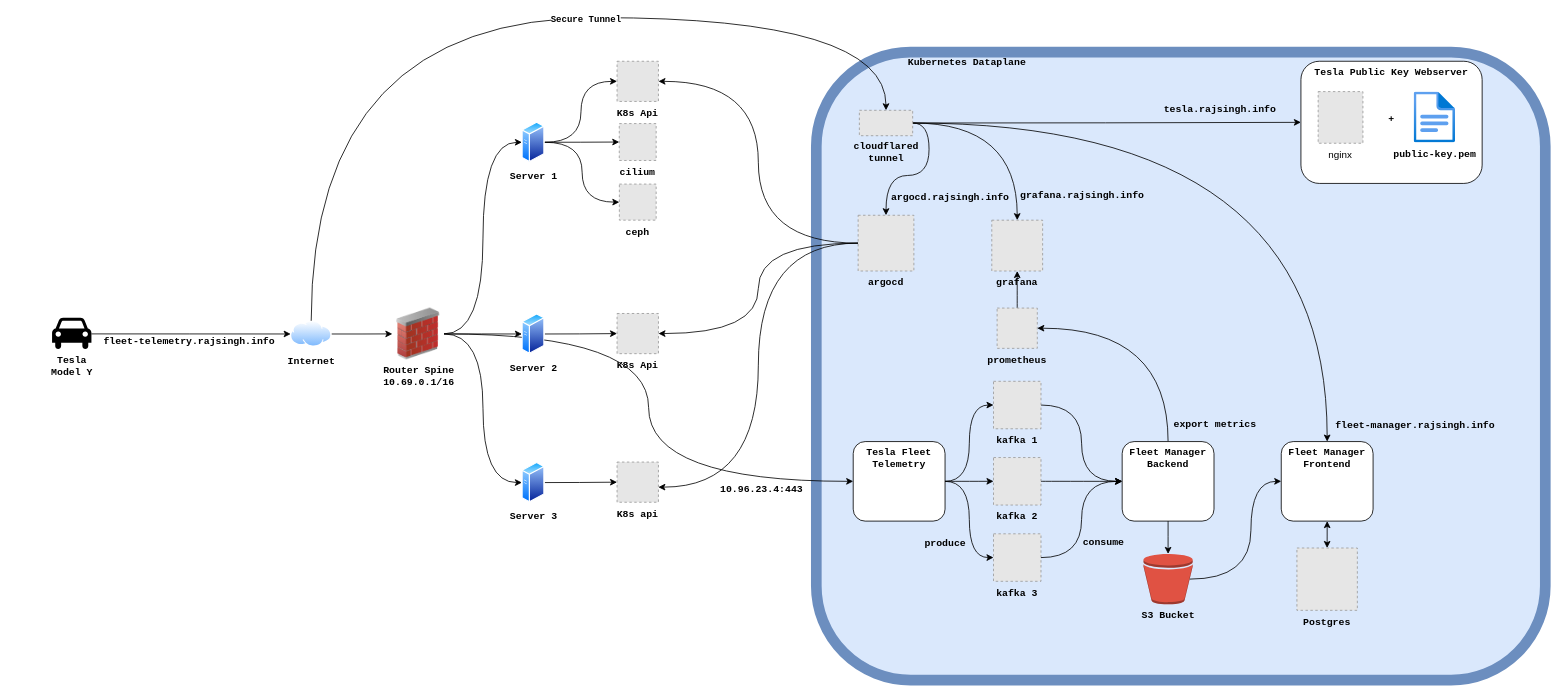
This is page "Tesla Infrastructure" (2 of 3) of Untitled Diagram.drawio from rajsinghtech/fleet-telemetry-consumer, a draw.io file, before an edit. Source tidied: cells renumbered, new cells numbered last; positions are measured from the earlier drawing's top-left corner, leaving out a move shared by most shapes. Both pictures are drawn from the tidied source at 82%, with x=0, y=0 at pixel (52, 17). Pictures stored in the file or linked from it are replaced by grey dashed boxes.
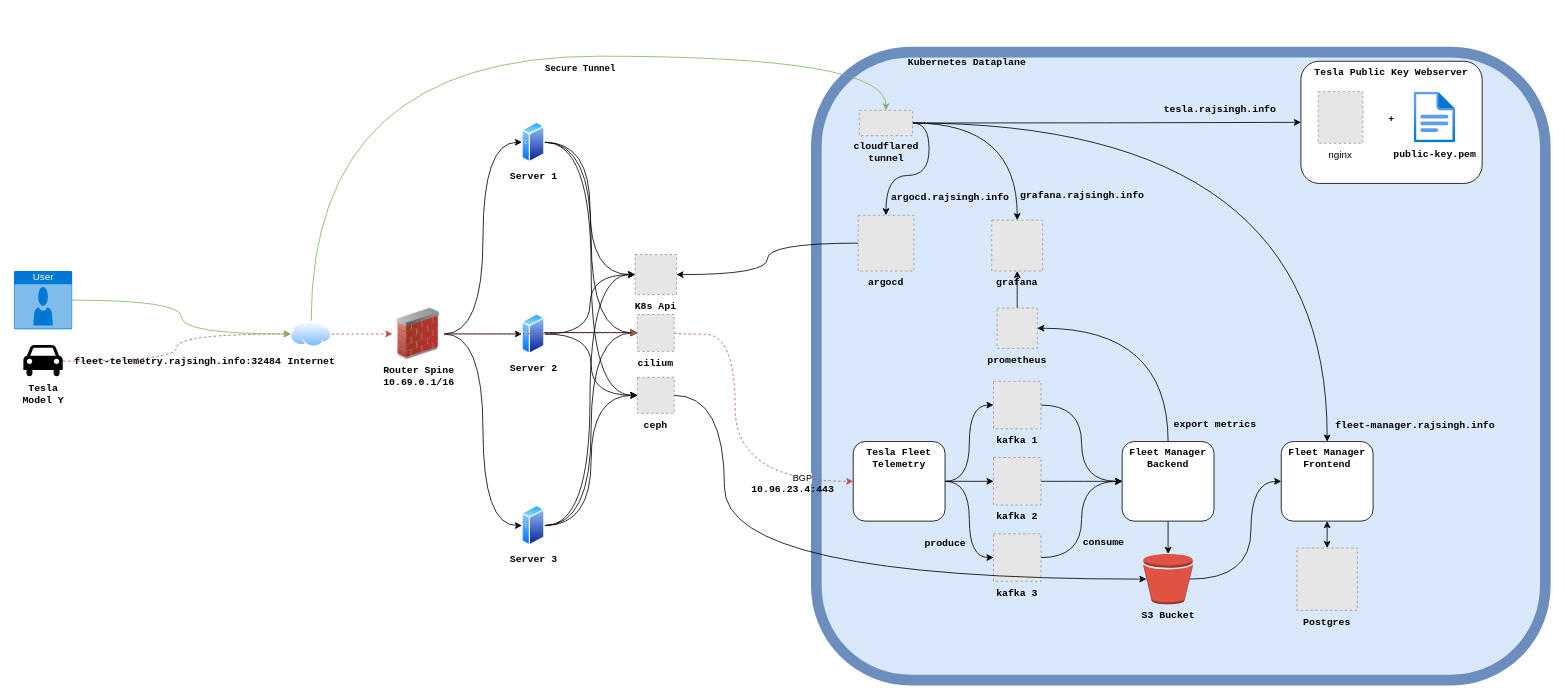
After the change.

Unchanged cells that the change refers to:
```xml
<mxCell id="9" value="&lt;span id=&quot;docs-internal-guid-129c1558-7fff-5c4c-1586-b6c74b162c59&quot;&gt;&lt;p dir=&quot;ltr&quot; style=&quot;line-height:1.2;margin-top:0pt;margin-bottom:0pt;&quot;&gt;&lt;span style=&quot;font-size: 9pt; font-variant-numeric: normal; font-variant-east-asian: normal; font-variant-alternates: normal; font-variant-position: normal; vertical-align: baseline; white-space: pre-wrap;&quot;&gt;Router Spine&lt;/span&gt;&lt;span style=&quot;font-size: 9pt; font-variant-numeric: normal; font-variant-east-asian: normal; font-variant-alternates: normal; font-variant-position: normal; vertical-align: baseline; white-space: pre-wrap;&quot;&gt;&lt;br&gt;&lt;/span&gt;&lt;span style=&quot;font-size: 9pt; font-variant-numeric: normal; font-variant-east-asian: normal; font-variant-alternates: normal; font-variant-position: normal; vertical-align: baseline; white-space: pre-wrap;&quot;&gt;10.69.0.1/16&lt;/span&gt;&lt;/p&gt;&lt;div&gt;&lt;span style=&quot;font-size: 9pt; font-variant-numeric: normal; font-variant-east-asian: normal; font-variant-alternates: normal; font-variant-position: normal; vertical-align: baseline; white-space: pre-wrap;&quot;&gt;&lt;br&gt;&lt;/span&gt;&lt;/div&gt;&lt;/span&gt;" style="image;html=1;image=img/lib/clip_art/networking/Firewall_02_128x128.png;labelBackgroundColor=none;fontFamily=Courier New;fontStyle=1;fontColor=#000000;" parent="1" vertex="1">
  <mxGeometry x="415" y="354.2" width="63" height="63" as="geometry" />
</mxCell>
<mxCell id="13" value="&lt;span id=&quot;docs-internal-guid-129c1558-7fff-5c4c-1586-b6c74b162c59&quot; style=&quot;white-space: pre-wrap;&quot;&gt;&lt;p dir=&quot;ltr&quot; style=&quot;line-height:1.2;margin-top:0pt;margin-bottom:0pt;&quot;&gt;&lt;font face=&quot;Courier New, monospace&quot;&gt;Internet&lt;/font&gt;&lt;/p&gt;&lt;/span&gt;" style="image;perimeter=ellipsePerimeter;html=1;align=center;shadow=0;dashed=0;spacingTop=3;image=img/lib/active_directory/internet_cloud.svg;labelBackgroundColor=none;fontStyle=1;fontColor=#000000;" parent="1" vertex="1">
  <mxGeometry x="291" y="370" width="50" height="31.5" as="geometry" />
</mxCell>
<mxCell id="17" value="Server 2" style="image;perimeter=ellipsePerimeter;html=1;align=center;shadow=0;dashed=0;spacingTop=3;image=img/lib/active_directory/generic_server.svg;labelBackgroundColor=none;fontFamily=Courier New;fontStyle=1;fontColor=#000000;" parent="1" vertex="1">
  <mxGeometry x="573" y="360.8" width="28" height="50" as="geometry" />
</mxCell>
<mxCell id="35" value="cloudflared tunnel&#10;" style="fillColor=#E6E6E6;strokeColor=#999999;dashed=1;verticalLabelPosition=bottom;labelBackgroundColor=none;verticalAlign=top;whiteSpace=wrap;fontFamily=Courier New;fontStyle=1;fontColor=#000000;" parent="1" vertex="1">
  <mxGeometry x="984.5" y="113" width="65" height="31" as="geometry" />
</mxCell>
<mxCell id="41" value="argocd" style="fillColor=#E6E6E6;strokeColor=#999999;dashed=1;verticalLabelPosition=bottom;labelBackgroundColor=none;verticalAlign=top;fontFamily=Courier New;fontStyle=1;" parent="1" vertex="1">
  <mxGeometry x="983" y="241" width="68" height="68" as="geometry" />
</mxCell>
<mxCell id="52" value="Tesla Fleet Telemetry&lt;br&gt;&lt;br&gt;&lt;div&gt;&lt;br/&gt;&lt;/div&gt;" style="rounded=1;whiteSpace=wrap;html=1;strokeColor=default;align=center;verticalAlign=top;fontFamily=Courier New;fontSize=12;fontColor=#000000;fontStyle=1;labelBackgroundColor=none;fillColor=default;" parent="49" vertex="1">
  <mxGeometry width="112" height="97" as="geometry" />
</mxCell>
<mxCell id="69" value="S3 Bucket" style="outlineConnect=0;dashed=0;verticalLabelPosition=bottom;verticalAlign=top;align=center;html=1;shape=mxgraph.aws3.bucket;fillColor=#E05243;gradientColor=none;strokeColor=default;fontFamily=Courier New;fontSize=12;fontColor=#000000;fontStyle=1;labelBackgroundColor=none;" parent="1" vertex="1">
  <mxGeometry x="1331" y="654" width="60" height="61.5" as="geometry" />
</mxCell>
```

Diff of the diagram source:
```diff
@@
-<mxGraphModel>
+<mxGraphModel background="#FFFFFF">
@@
-    <mxCell id="3" style="edgeStyle=orthogonalEdgeStyle;curved=1;rounded=0;jettySize=auto;html=1;entryX=0;entryY=0.5;entryDx=0;entryDy=0;labelBackgroundColor=none;fontFamily=Courier New;fontStyle=1;fontColor=#000000;" parent="1" edge="1" source="4" target="23">
+    <mxCell id="3" style="edgeStyle=orthogonalEdgeStyle;curved=1;rounded=0;jettySize=auto;html=1;entryX=0;entryY=0.5;entryDx=0;entryDy=0;labelBackgroundColor=none;fontFamily=Courier New;fontStyle=1;fontColor=#000000;" parent="1" edge="1" source="4" target="21">
       <mxGeometry relative="1" as="geometry" />
     </mxCell>
+    <mxCell id="73" style="edgeStyle=orthogonalEdgeStyle;rounded=0;jettySize=auto;html=1;entryX=0;entryY=0.5;entryDx=0;entryDy=0;curved=1;" parent="1" edge="1" source="4" target="25">
+      <mxGeometry relative="1" as="geometry" />
+    </mxCell>
+    <mxCell id="74" style="edgeStyle=orthogonalEdgeStyle;rounded=0;jettySize=auto;html=1;entryX=0;entryY=0.5;entryDx=0;entryDy=0;curved=1;" parent="1" edge="1" source="4" target="24">
+      <mxGeometry relative="1" as="geometry" />
+    </mxCell>
     <mxCell id="4" value="Server 3" style="image;perimeter=ellipsePerimeter;html=1;align=center;shadow=0;dashed=0;spacingTop=3;image=img/lib/active_directory/generic_server.svg;labelBackgroundColor=none;fontFamily=Courier New;fontStyle=1;fontColor=#000000;" parent="1" vertex="1">
-      <mxGeometry x="573" y="542" width="28" height="50" as="geometry" />
+      <mxGeometry x="573" y="594.4" width="28" height="50" as="geometry" />
     </mxCell>
@@
-    <mxCell id="7" style="edgeStyle=orthogonalEdgeStyle;curved=1;rounded=0;jettySize=auto;html=1;exitX=1;exitY=0.5;exitDx=0;exitDy=0;entryX=0;entryY=0.5;entryDx=0;entryDy=0;fontFamily=Courier New;fontSize=12;fontColor=#000000;fontStyle=1;labelBackgroundColor=none;" parent="1" edge="1" source="9" target="52">
-      <mxGeometry relative="1" as="geometry" />
+    <mxCell id="7" style="edgeStyle=orthogonalEdgeStyle;curved=1;rounded=0;jettySize=auto;html=1;exitX=1;exitY=0.5;exitDx=0;exitDy=0;entryX=0;entryY=0.5;entryDx=0;entryDy=0;fontFamily=Courier New;fontSize=12;fontColor=#000000;fontStyle=1;labelBackgroundColor=none;dashed=1;fillColor=#f8cecc;strokeColor=#b85450;" parent="1" edge="1" source="24" target="52">
+      <mxGeometry relative="1" as="geometry">
+        <Array as="points">
+          <mxPoint x="833" y="386" />
+          <mxPoint x="833" y="566" />
+        </Array>
+      </mxGeometry>
     </mxCell>
@@
+    <mxCell id="75" value="BGP" style="edgeLabel;html=1;align=center;verticalAlign=middle;" parent="7" vertex="1">
+      <mxGeometry x="0.69" y="4" relative="1" as="geometry" />
+    </mxCell>
@@
-    <mxCell id="10" style="edgeStyle=orthogonalEdgeStyle;rounded=0;jettySize=auto;html=1;entryX=0;entryY=0.5;entryDx=0;entryDy=0;labelBackgroundColor=none;fontFamily=Courier New;fontStyle=1;fontColor=#000000;" parent="1" edge="1" source="13" target="9">
+    <mxCell id="10" style="edgeStyle=orthogonalEdgeStyle;rounded=0;jettySize=auto;html=1;entryX=0;entryY=0.5;entryDx=0;entryDy=0;labelBackgroundColor=none;fontFamily=Courier New;fontStyle=1;fontColor=#000000;dashed=1;fillColor=#f8cecc;strokeColor=#b85450;" parent="1" edge="1" source="13" target="9">
       <mxGeometry relative="1" as="geometry" />
     </mxCell>
-    <mxCell id="11" style="edgeStyle=orthogonalEdgeStyle;curved=1;rounded=0;jettySize=auto;html=1;entryX=0.5;entryY=0;entryDx=0;entryDy=0;exitX=0.5;exitY=0;exitDx=0;exitDy=0;labelBackgroundColor=none;fontFamily=Courier New;fontStyle=1;fontColor=#000000;" parent="1" edge="1" source="13" target="35">
+    <mxCell id="11" style="edgeStyle=orthogonalEdgeStyle;curved=1;rounded=0;jettySize=auto;html=1;exitX=0.5;exitY=0;exitDx=0;exitDy=0;labelBackgroundColor=none;fontFamily=Courier New;fontStyle=1;fontColor=#000000;fillColor=#d5e8d4;strokeColor=#82b366;" parent="1" edge="1" source="13" target="35">
       <mxGeometry relative="1" as="geometry">
         <Array as="points">
-          <mxPoint x="316" />
-          <mxPoint x="1017" />
+          <mxPoint x="316" y="47" />
+          <mxPoint x="1017" y="47" />
         </Array>
       </mxGeometry>
     </mxCell>
     <mxCell id="12" value="Secure Tunnel" style="edgeLabel;html=1;align=center;verticalAlign=middle;fontFamily=Courier New;fontStyle=1;fontColor=#000000;" parent="11" vertex="1">
-      <mxGeometry x="0.19" y="-2" relative="1" as="geometry" />
+      <mxGeometry x="0.19" y="-2" relative="1" as="geometry">
+        <mxPoint x="1" y="13" as="offset" />
+      </mxGeometry>
     </mxCell>
@@
-    <mxCell id="16" style="edgeStyle=orthogonalEdgeStyle;curved=1;rounded=0;jettySize=auto;html=1;entryX=0;entryY=0.5;entryDx=0;entryDy=0;labelBackgroundColor=none;fontFamily=Courier New;fontStyle=1;fontColor=#000000;" parent="1" edge="1" source="17" target="22">
+    <mxCell id="16" style="edgeStyle=orthogonalEdgeStyle;curved=1;rounded=0;jettySize=auto;html=1;entryX=0;entryY=0.5;entryDx=0;entryDy=0;labelBackgroundColor=none;fontFamily=Courier New;fontStyle=1;fontColor=#000000;" parent="1" edge="1" source="17" target="21">
       <mxGeometry relative="1" as="geometry" />
     </mxCell>
@@
     <mxCell id="21" value="K8s Api" style="fillColor=#E6E6E6;strokeColor=#999999;dashed=1;verticalLabelPosition=bottom;labelBackgroundColor=none;verticalAlign=top;fontFamily=Courier New;fontStyle=1;fontColor=#000000;" parent="1" vertex="1">
-      <mxGeometry x="689" y="53.2" width="50.5" height="49" as="geometry" />
+      <mxGeometry x="711" y="288.9" width="50.5" height="49" as="geometry" />
     </mxCell>
-    <mxCell id="22" value="K8s Api" style="fillColor=#E6E6E6;strokeColor=#999999;dashed=1;verticalLabelPosition=bottom;labelBackgroundColor=none;verticalAlign=top;fontFamily=Courier New;fontStyle=1;fontColor=#000000;" parent="1" vertex="1">
-      <mxGeometry x="689" y="360.8" width="50.5" height="49" as="geometry" />
-    </mxCell>
-    <mxCell id="23" value="K8s api" style="fillColor=#E6E6E6;strokeColor=#999999;dashed=1;verticalLabelPosition=bottom;labelBackgroundColor=none;verticalAlign=top;fontFamily=Courier New;fontStyle=1;fontColor=#000000;" parent="1" vertex="1">
-      <mxGeometry x="689" y="542" width="50.5" height="49" as="geometry" />
-    </mxCell>
-    <mxCell id="24" value="cilium" style="fillColor=#E6E6E6;strokeColor=#999999;dashed=1;verticalLabelPosition=bottom;labelBackgroundColor=none;verticalAlign=top;fontFamily=Courier New;fontStyle=1;fontColor=#000000;" parent="1" vertex="1">
-      <mxGeometry x="691.7" y="129.2" width="45" height="45" as="geometry" />
-    </mxCell>
     <mxCell id="25" value="ceph" style="fillColor=#E6E6E6;strokeColor=#999999;dashed=1;verticalLabelPosition=bottom;labelBackgroundColor=none;verticalAlign=top;fontFamily=Courier New;fontStyle=1;fontColor=#000000;" parent="1" vertex="1">
-      <mxGeometry x="691.8" y="203" width="44.9" height="44" as="geometry" />
+      <mxGeometry x="713.8" y="438.6" width="44.9" height="44" as="geometry" />
     </mxCell>
@@
-    <mxCell id="39" style="edgeStyle=orthogonalEdgeStyle;curved=1;rounded=0;jettySize=auto;html=1;entryX=1;entryY=0.5;entryDx=0;entryDy=0;fontFamily=Courier New;fontSize=12;fontColor=#000000;fontStyle=1;labelBackgroundColor=none;" parent="1" edge="1" source="41" target="22">
-      <mxGeometry relative="1" as="geometry" />
-    </mxCell>
-    <mxCell id="40" style="edgeStyle=orthogonalEdgeStyle;curved=1;rounded=0;jettySize=auto;html=1;fontFamily=Courier New;fontSize=12;fontColor=#000000;fontStyle=1;labelBackgroundColor=none;entryX=0.997;entryY=0.624;entryDx=0;entryDy=0;entryPerimeter=0;" parent="1" edge="1" source="41" target="23">
-      <mxGeometry relative="1" as="geometry" />
-    </mxCell>
@@
-    <mxCell id="46" style="edgeStyle=orthogonalEdgeStyle;curved=1;rounded=0;jettySize=auto;html=1;fontFamily=Courier New;fontSize=12;fontColor=#000000;fontStyle=1;labelBackgroundColor=none;" parent="1" edge="1" source="48" target="13">
+    <mxCell id="46" style="edgeStyle=orthogonalEdgeStyle;curved=1;rounded=0;jettySize=auto;html=1;fontFamily=Courier New;fontSize=12;fontColor=#000000;fontStyle=1;labelBackgroundColor=none;dashed=1;fillColor=#f8cecc;strokeColor=#b85450;" parent="1" edge="1" source="48" target="13">
       <mxGeometry relative="1" as="geometry" />
     </mxCell>
-    <mxCell id="47" value="fleet-telemetry.rajsingh.info" style="edgeLabel;html=1;align=center;verticalAlign=middle;strokeColor=default;fontFamily=Courier New;fontSize=12;fontColor=#000000;fontStyle=1;labelBackgroundColor=none;fillColor=default;" parent="46" vertex="1">
+    <mxCell id="47" value="fleet-telemetry.rajsingh.info:32484" style="edgeLabel;html=1;align=center;verticalAlign=middle;strokeColor=default;fontFamily=Courier New;fontSize=12;fontColor=#000000;fontStyle=1;labelBackgroundColor=none;fillColor=default;" parent="46" vertex="1">
       <mxGeometry x="-0.04" y="1" relative="1" as="geometry">
         <mxPoint x="1" y="11" as="offset" />
       </mxGeometry>
     </mxCell>
     <mxCell id="48" value="Tesla&lt;div&gt;Model Y&lt;/div&gt;" style="shape=mxgraph.signs.transportation.car_4;html=1;fillColor=#000000;strokeColor=none;verticalLabelPosition=bottom;verticalAlign=top;align=center;fontFamily=Courier New;fontSize=12;fontColor=#000000;fontStyle=1;labelBackgroundColor=none;" parent="1" vertex="1">
-      <mxGeometry y="366" width="48" height="39.4" as="geometry" />
+      <mxGeometry x="-35" y="399.2" width="48" height="39.4" as="geometry" />
     </mxCell>
@@
+    <mxCell id="76" style="edgeStyle=orthogonalEdgeStyle;curved=1;rounded=0;jettySize=auto;html=1;labelBackgroundColor=none;fontFamily=Courier New;fontStyle=1;fontColor=#000000;" parent="1" edge="1" target="24">
+      <mxGeometry relative="1" as="geometry">
+        <mxPoint x="600" y="384" as="sourcePoint" />
+      </mxGeometry>
+    </mxCell>
+    <mxCell id="77" style="edgeStyle=orthogonalEdgeStyle;curved=1;rounded=0;jettySize=auto;html=1;labelBackgroundColor=none;fontFamily=Courier New;fontStyle=1;fontColor=#000000;exitX=1;exitY=0.5;exitDx=0;exitDy=0;entryX=0;entryY=0.5;entryDx=0;entryDy=0;" parent="1" edge="1" source="17" target="25">
+      <mxGeometry relative="1" as="geometry" />
+    </mxCell>
+    <mxCell id="78" style="edgeStyle=orthogonalEdgeStyle;curved=1;rounded=0;jettySize=auto;html=1;exitX=1;exitY=0.5;exitDx=0;exitDy=0;entryX=0;entryY=0.5;entryDx=0;entryDy=0;fontFamily=Courier New;fontSize=12;fontColor=#000000;fontStyle=1;labelBackgroundColor=none;dashed=1;fillColor=#f8cecc;strokeColor=#b85450;" parent="1" edge="1" source="9" target="24">
+      <mxGeometry relative="1" as="geometry" />
+    </mxCell>
+    <mxCell id="24" value="cilium" style="fillColor=#E6E6E6;strokeColor=#999999;dashed=1;verticalLabelPosition=bottom;labelBackgroundColor=none;verticalAlign=top;fontFamily=Courier New;fontStyle=1;fontColor=#000000;" parent="1" vertex="1">
+      <mxGeometry x="713.7" y="362" width="45" height="45" as="geometry" />
+    </mxCell>
+    <mxCell id="79" style="edgeStyle=orthogonalEdgeStyle;rounded=0;jettySize=auto;html=1;exitX=1;exitY=0.5;exitDx=0;exitDy=0;curved=1;entryX=0.06;entryY=0.5;entryDx=0;entryDy=0;entryPerimeter=0;" parent="1" edge="1" source="25" target="69">
+      <mxGeometry relative="1" as="geometry">
+        <Array as="points">
+          <mxPoint x="820" y="461" />
+          <mxPoint x="820" y="685" />
+        </Array>
+      </mxGeometry>
+    </mxCell>
+    <mxCell id="80" style="edgeStyle=orthogonalEdgeStyle;rounded=0;jettySize=auto;html=1;fillColor=#d5e8d4;strokeColor=#82b366;curved=1;" parent="1" edge="1" source="81" target="13">
+      <mxGeometry relative="1" as="geometry" />
+    </mxCell>
+    <mxCell id="81" value="User" style="html=1;whiteSpace=wrap;strokeColor=none;fillColor=#0079D6;labelPosition=center;verticalLabelPosition=middle;verticalAlign=top;align=center;fontSize=12;outlineConnect=0;spacingTop=-6;fontColor=#FFFFFF;sketch=0;shape=mxgraph.sitemap.user;" parent="1" vertex="1">
+      <mxGeometry x="-46.5" y="309" width="71" height="71" as="geometry" />
+    </mxCell>
```
